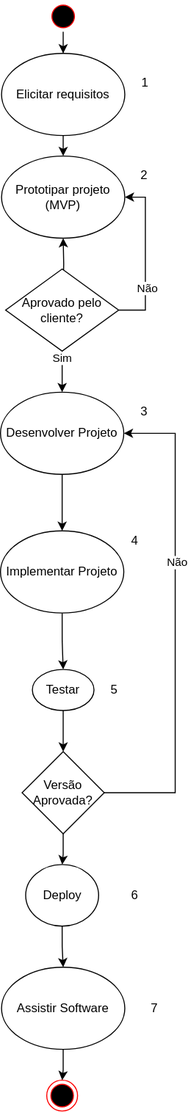
The draw.io diagram Atividade1_database.drawio.svg in t-aaago/EngSoft, before a commit. Source tidied: cells renumbered, new cells last; positions are measured from the earlier drawing's top-left corner, leaving out a move shared by most shapes.
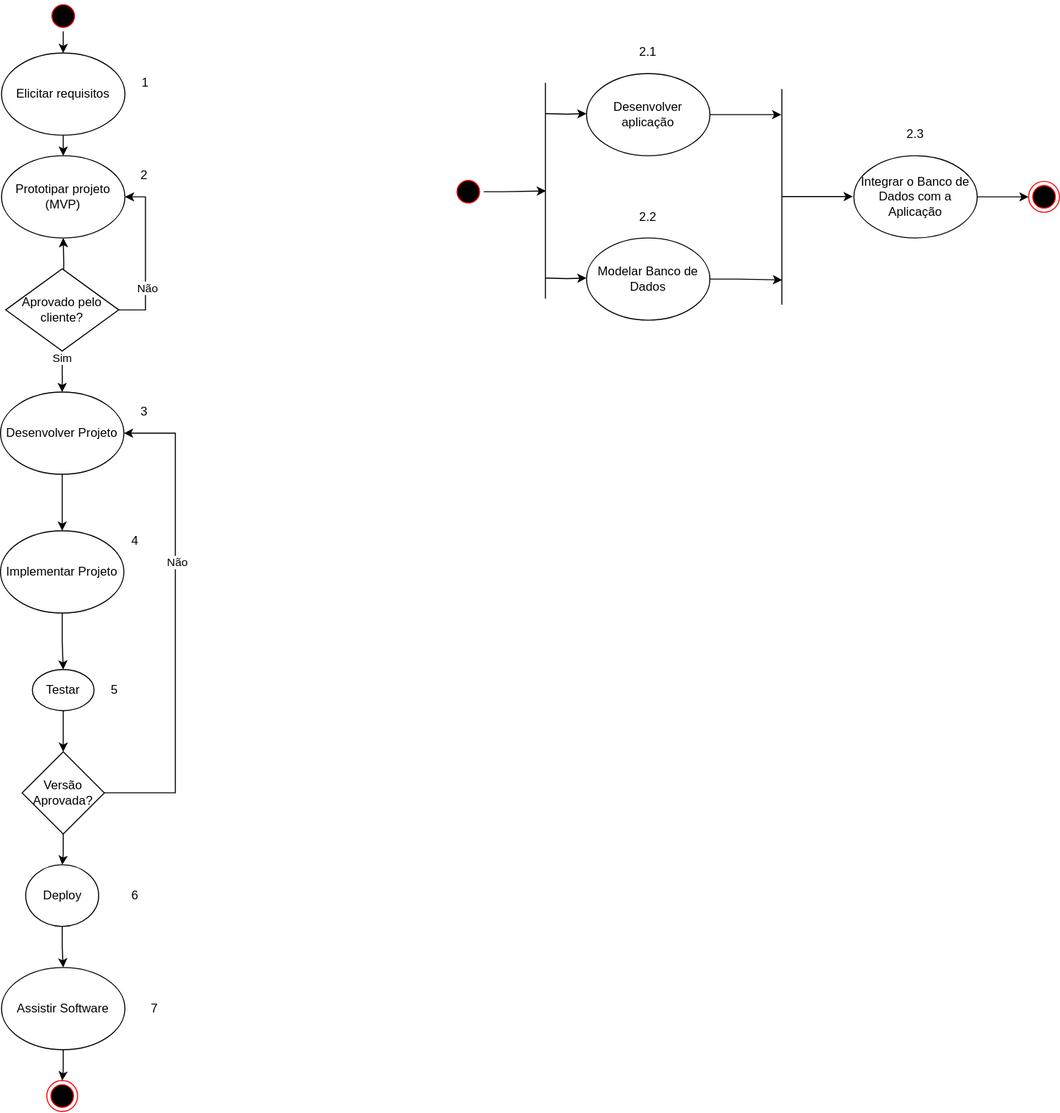
Later version of the same file.

Diff of the diagram source:
```diff
@@ -115,5 +115,65 @@
     <mxCell id="34" value="6" style="text;html=1;align=center;verticalAlign=middle;whiteSpace=wrap;rounded=0;" parent="1" vertex="1">
       <mxGeometry x="111" y="861" width="40" height="20" as="geometry" />
     </mxCell>
+    <mxCell id="35" style="line;strokeWidth=1;fillColor=none;align=left;verticalAlign=middle;spacingTop=-1;spacingLeft=3;spacingRight=3;labelPosition=right;points=[];portConstraint=eastwest;strokeColor=inherit;direction=north;" parent="1" vertex="1">
+      <mxGeometry x="510" y="80" width="40" height="210" as="geometry" />
+    </mxCell>
+    <mxCell id="36" style="edgeStyle=orthogonalEdgeStyle;rounded=0;orthogonalLoop=1;jettySize=auto;html=1;entryX=0.5;entryY=0.5;entryDx=0;entryDy=0;entryPerimeter=0;" parent="1" edge="1">
+      <mxGeometry relative="1" as="geometry">
+        <mxPoint x="530" y="110" as="sourcePoint" />
+        <mxPoint x="570" y="110" as="targetPoint" />
+      </mxGeometry>
+    </mxCell>
+    <mxCell id="37" style="edgeStyle=orthogonalEdgeStyle;rounded=0;orthogonalLoop=1;jettySize=auto;html=1;entryX=0.5;entryY=0.5;entryDx=0;entryDy=0;entryPerimeter=0;" parent="1" edge="1">
+      <mxGeometry relative="1" as="geometry">
+        <mxPoint x="530" y="270" as="sourcePoint" />
+        <mxPoint x="570" y="270" as="targetPoint" />
+      </mxGeometry>
+    </mxCell>
+    <mxCell id="38" value="Desenvolver aplicação" style="ellipse;whiteSpace=wrap;html=1;" parent="1" vertex="1">
+      <mxGeometry x="570" y="71" width="120" height="80" as="geometry" />
+    </mxCell>
+    <mxCell id="39" value="Modelar Banco de Dados" style="ellipse;whiteSpace=wrap;html=1;" parent="1" vertex="1">
+      <mxGeometry x="570" y="231" width="120" height="80" as="geometry" />
+    </mxCell>
+    <mxCell id="40" style="line;strokeWidth=1;fillColor=none;align=left;verticalAlign=middle;spacingTop=-1;spacingLeft=3;spacingRight=3;labelPosition=right;points=[];portConstraint=eastwest;strokeColor=inherit;direction=north;" parent="1" vertex="1">
+      <mxGeometry x="740" y="86" width="40" height="210" as="geometry" />
+    </mxCell>
+    <mxCell id="41" style="edgeStyle=orthogonalEdgeStyle;rounded=0;jettySize=auto;html=1;entryX=0.115;entryY=0.506;entryDx=0;entryDy=0;entryPerimeter=0;" parent="1" edge="1" source="39" target="40">
+      <mxGeometry relative="1" as="geometry" />
+    </mxCell>
+    <mxCell id="42" style="edgeStyle=orthogonalEdgeStyle;rounded=0;jettySize=auto;html=1;entryX=0.881;entryY=0.487;entryDx=0;entryDy=0;entryPerimeter=0;" parent="1" edge="1" source="38" target="40">
+      <mxGeometry relative="1" as="geometry" />
+    </mxCell>
+    <mxCell id="43" style="edgeStyle=orthogonalEdgeStyle;rounded=0;orthogonalLoop=1;jettySize=auto;html=1;entryX=0.881;entryY=0.487;entryDx=0;entryDy=0;entryPerimeter=0;" parent="1" edge="1">
+      <mxGeometry relative="1" as="geometry">
+        <mxPoint x="760" y="190.7" as="sourcePoint" />
+        <mxPoint x="829" y="190.7" as="targetPoint" />
+      </mxGeometry>
+    </mxCell>
+    <mxCell id="44" style="edgeStyle=orthogonalEdgeStyle;rounded=0;jettySize=auto;html=1;entryX=0;entryY=0.5;entryDx=0;entryDy=0;" parent="1" edge="1" source="45" target="51">
+      <mxGeometry relative="1" as="geometry" />
+    </mxCell>
+    <mxCell id="45" value="Integrar o Banco de Dados com a Aplicação" style="ellipse;whiteSpace=wrap;html=1;" parent="1" vertex="1">
+      <mxGeometry x="830" y="151" width="120" height="80" as="geometry" />
+    </mxCell>
+    <mxCell id="46" style="ellipse;html=1;shape=startState;fillColor=#000000;strokeColor=#ff0000;" parent="1" vertex="1">
+      <mxGeometry x="440" y="171" width="30" height="30" as="geometry" />
+    </mxCell>
+    <mxCell id="47" style="edgeStyle=orthogonalEdgeStyle;rounded=0;jettySize=auto;html=1;entryX=0.499;entryY=0.514;entryDx=0;entryDy=0;entryPerimeter=0;" parent="1" edge="1" source="46" target="35">
+      <mxGeometry relative="1" as="geometry" />
+    </mxCell>
+    <mxCell id="48" value="2.1" style="text;html=1;align=center;verticalAlign=middle;whiteSpace=wrap;rounded=0;" parent="1" vertex="1">
+      <mxGeometry x="610" y="40" width="40" height="20" as="geometry" />
+    </mxCell>
+    <mxCell id="49" value="2.2" style="text;html=1;align=center;verticalAlign=middle;whiteSpace=wrap;rounded=0;" parent="1" vertex="1">
+      <mxGeometry x="610" y="201" width="40" height="20" as="geometry" />
+    </mxCell>
+    <mxCell id="50" value="2.3" style="text;html=1;align=center;verticalAlign=middle;whiteSpace=wrap;rounded=0;" parent="1" vertex="1">
+      <mxGeometry x="870" y="120" width="40" height="20" as="geometry" />
+    </mxCell>
+    <mxCell id="51" style="ellipse;html=1;shape=endState;fillColor=#000000;strokeColor=#ff0000;" parent="1" vertex="1">
+      <mxGeometry x="1000" y="176" width="30" height="30" as="geometry" />
+    </mxCell>
   </root>
 </mxGraphModel>
```
